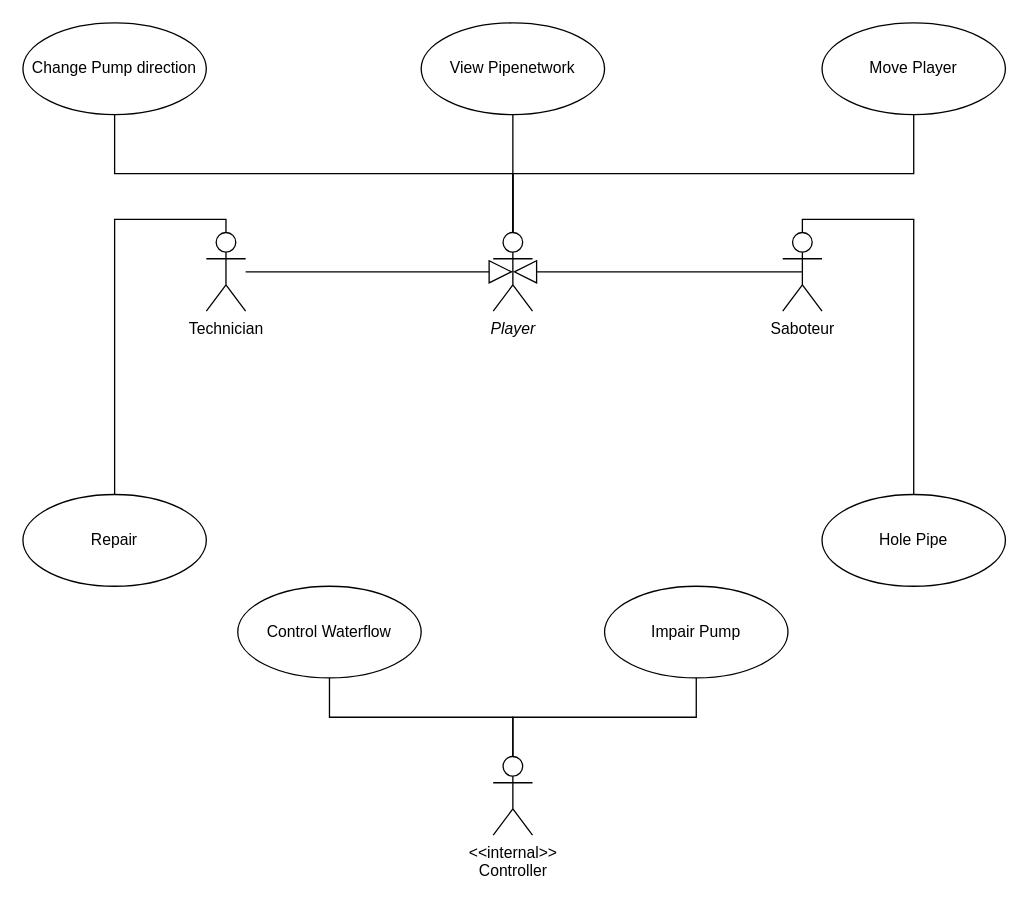
This is misc/diagrams/USECASE.drawio from RuntimeError-BME/coursework, a draw.io file, before an edit. Source tidied: cells renumbered, new cells numbered last; positions are measured from the earlier drawing's top-left corner, leaving out a move shared by most shapes. Both pictures are drawn from the tidied source at 131%, with x=0, y=0 at pixel (22, 22).
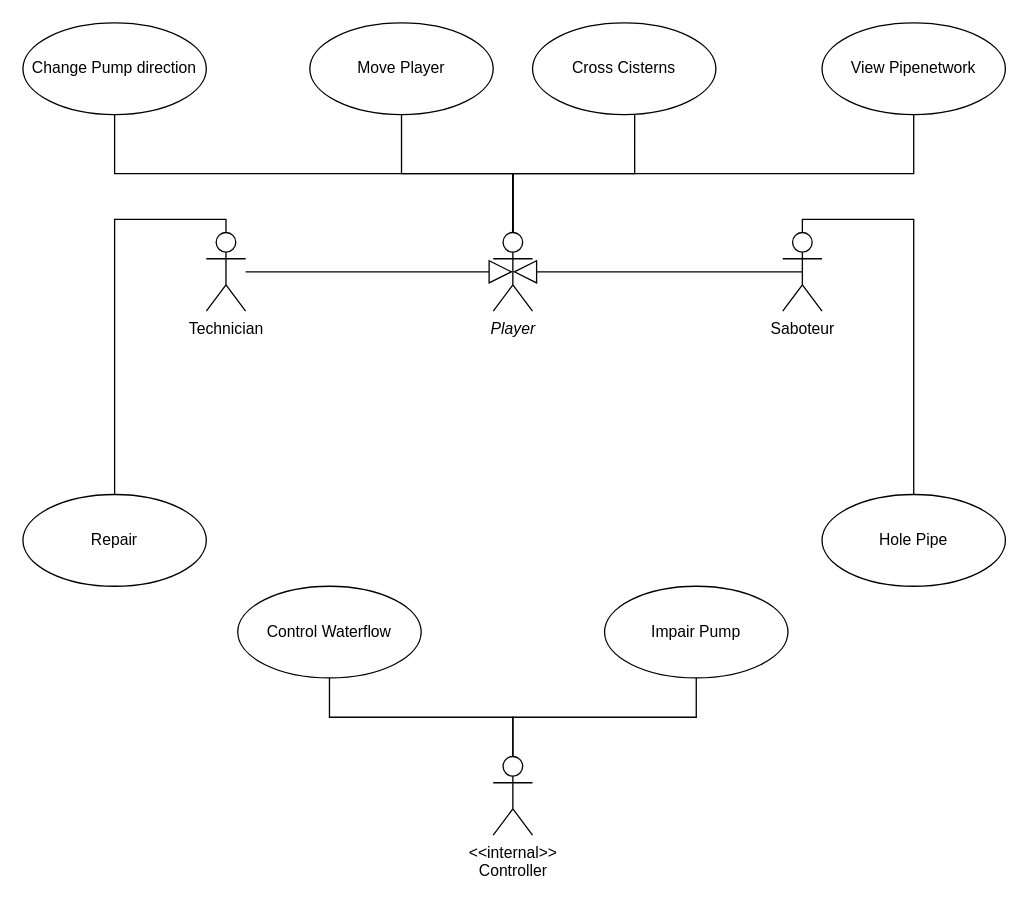
Above is the later version.

The change refers to these unchanged cells:
```xml
<mxCell id="5" value="Player" style="shape=umlActor;verticalLabelPosition=bottom;verticalAlign=top;html=1;outlineConnect=0;fontStyle=2;" parent="1" vertex="1">
  <mxGeometry x="359" y="160" width="30" height="60" as="geometry" />
</mxCell>
```

The edit, as a diff of the source:
```diff
@@
     <mxCell id="2" value="View Pipenetwork" style="ellipse;whiteSpace=wrap;html=1;" parent="1" vertex="1">
-      <mxGeometry x="304" width="140" height="70" as="geometry" />
+      <mxGeometry x="610" width="140" height="70" as="geometry" />
     </mxCell>
     <mxCell id="3" value="Move Player" style="ellipse;whiteSpace=wrap;html=1;" parent="1" vertex="1">
-      <mxGeometry x="610" width="140" height="70" as="geometry" />
+      <mxGeometry x="219" width="140" height="70" as="geometry" />
     </mxCell>
@@
-    <mxCell id="15" style="endArrow=none;html=1;edgeStyle=orthogonalEdgeStyle;rounded=0;exitX=0.5;exitY=0;exitDx=0;exitDy=0;exitPerimeter=0;" parent="1" edge="1" source="5" target="2">
+    <mxCell id="15" style="endArrow=none;html=1;edgeStyle=orthogonalEdgeStyle;rounded=0;exitX=0.5;exitY=0;exitDx=0;exitDy=0;exitPerimeter=0;entryX=0.5;entryY=1;entryDx=0;entryDy=0;" parent="1" edge="1" source="5" target="2">
       <mxGeometry relative="1" as="geometry" />
     </mxCell>
@@
+    <mxCell id="22" value="Cross Cisterns" style="ellipse;whiteSpace=wrap;html=1;" parent="1" vertex="1">
+      <mxGeometry x="389" width="140" height="70" as="geometry" />
+    </mxCell>
+    <mxCell id="23" style="endArrow=none;html=1;edgeStyle=orthogonalEdgeStyle;rounded=0;exitX=0.557;exitY=1.005;exitDx=0;exitDy=0;exitPerimeter=0;" parent="1" edge="1" source="22" target="5">
+      <mxGeometry relative="1" as="geometry" />
+    </mxCell>
```
